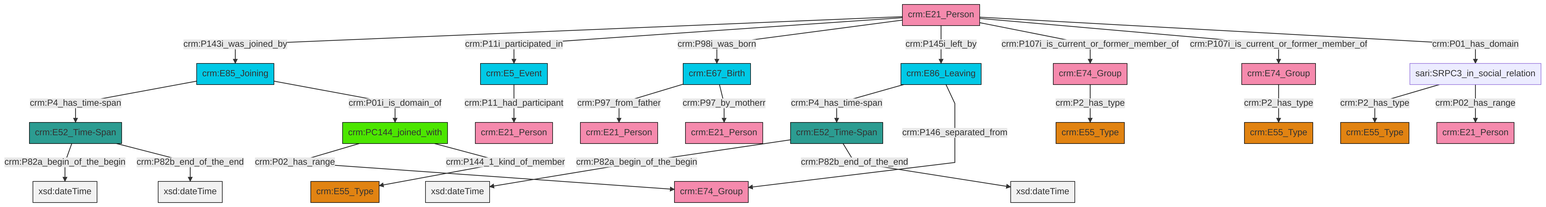
Before: et/personCSV/ttl/mmd/png/Person_Actor_Relations.png, a diagram exported from Mermaid (swiss-art-research-net/reference-data-models). Its source is kept beside it as et/personCSV/ttl/mmd/Person_Actor_Relations.ttl.mmd.
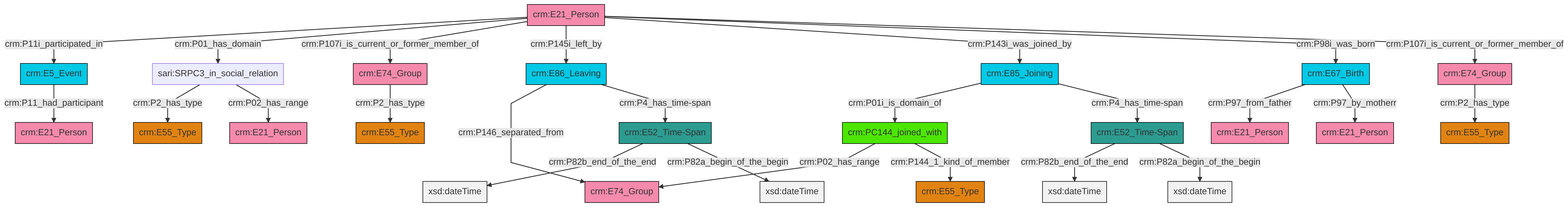
Later version of the same file.

The edit, as a diff of the source:
```diff
@@ -13,27 +13,27 @@
 classDef PC_Classes fill:#4ce600, stroke:#000000;
 classDef Multi fill:#cccccc,stroke:#000000;
 
-0["crm:E85_Joining"]:::Temporal_Entity -->|crm:P4_has_time-span| 4["crm:E52_Time-Span"]:::Time-Span
-5["crm:E52_Time-Span"]:::Time-Span -->|crm:P82a_begin_of_the_begin| 6[xsd:dateTime]:::Literal
-9["crm:E21_Person"]:::Actor -->|crm:P143i_was_joined_by| 0["crm:E85_Joining"]:::Temporal_Entity
-5["crm:E52_Time-Span"]:::Time-Span -->|crm:P82b_end_of_the_end| 10[xsd:dateTime]:::Literal
-9["crm:E21_Person"]:::Actor -->|crm:P11i_participated_in| 11["crm:E5_Event"]:::Temporal_Entity
-17["crm:E74_Group"]:::Actor -->|crm:P2_has_type| 18["crm:E55_Type"]:::Type
-13["sari:SRPC3_in_social_relation"]:::Default -->|crm:P2_has_type| 7["crm:E55_Type"]:::Type
-9["crm:E21_Person"]:::Actor -->|crm:P98i_was_born| 19["crm:E67_Birth"]:::Temporal_Entity
-13["sari:SRPC3_in_social_relation"]:::Default -->|crm:P02_has_range| 20["crm:E21_Person"]:::Actor
-9["crm:E21_Person"]:::Actor -->|crm:P145i_left_by| 22["crm:E86_Leaving"]:::Temporal_Entity
-19["crm:E67_Birth"]:::Temporal_Entity -->|crm:P97_from_father| 23["crm:E21_Person"]:::Actor
-11["crm:E5_Event"]:::Temporal_Entity -->|crm:P11_had_participant| 15["crm:E21_Person"]:::Actor
-29["crm:E74_Group"]:::Actor -->|crm:P2_has_type| 32["crm:E55_Type"]:::Type
-9["crm:E21_Person"]:::Actor -->|crm:P107i_is_current_or_former_member_of| 29["crm:E74_Group"]:::Actor
-0["crm:E85_Joining"]:::Temporal_Entity -->|crm:P01i_is_domain_of| 33["crm:PC144_joined_with"]:::PC_Classes
-19["crm:E67_Birth"]:::Temporal_Entity -->|crm:P97_by_motherr| 2["crm:E21_Person"]:::Actor
-22["crm:E86_Leaving"]:::Temporal_Entity -->|crm:P4_has_time-span| 5["crm:E52_Time-Span"]:::Time-Span
-33["crm:PC144_joined_with"]:::PC_Classes -->|crm:P02_has_range| 27["crm:E74_Group"]:::Actor
-4["crm:E52_Time-Span"]:::Time-Span -->|crm:P82a_begin_of_the_begin| 36[xsd:dateTime]:::Literal
-33["crm:PC144_joined_with"]:::PC_Classes -->|crm:P144_1_kind_of_member| 37["crm:E55_Type"]:::Type
-4["crm:E52_Time-Span"]:::Time-Span -->|crm:P82b_end_of_the_end| 39[xsd:dateTime]:::Literal
-22["crm:E86_Leaving"]:::Temporal_Entity -->|crm:P146_separated_from| 27["crm:E74_Group"]:::Actor
-9["crm:E21_Person"]:::Actor -->|crm:P107i_is_current_or_former_member_of| 17["crm:E74_Group"]:::Actor
-9["crm:E21_Person"]:::Actor -->|crm:P01_has_domain| 13["sari:SRPC3_in_social_relation"]:::Default
+0["crm:E74_Group"]:::Actor -->|crm:P2_has_type| 1["crm:E55_Type"]:::Type
+9["crm:E21_Person"]:::Actor -->|crm:P11i_participated_in| 10["crm:E5_Event"]:::Temporal_Entity
+11["crm:E85_Joining"]:::Temporal_Entity -->|crm:P01i_is_domain_of| 12["crm:PC144_joined_with"]:::PC_Classes
+12["crm:PC144_joined_with"]:::PC_Classes -->|crm:P02_has_range| 16["crm:E74_Group"]:::Actor
+19["sari:SRPC3_in_social_relation"]:::Default -->|crm:P2_has_type| 20["crm:E55_Type"]:::Type
+12["crm:PC144_joined_with"]:::PC_Classes -->|crm:P144_1_kind_of_member| 7["crm:E55_Type"]:::Type
+21["crm:E52_Time-Span"]:::Time-Span -->|crm:P82b_end_of_the_end| 22[xsd:dateTime]:::Literal
+9["crm:E21_Person"]:::Actor -->|crm:P01_has_domain| 19["sari:SRPC3_in_social_relation"]:::Default
+29["crm:E67_Birth"]:::Temporal_Entity -->|crm:P97_from_father| 2["crm:E21_Person"]:::Actor
+9["crm:E21_Person"]:::Actor -->|crm:P107i_is_current_or_former_member_of| 0["crm:E74_Group"]:::Actor
+23["crm:E52_Time-Span"]:::Time-Span -->|crm:P82b_end_of_the_end| 33[xsd:dateTime]:::Literal
+34["crm:E74_Group"]:::Actor -->|crm:P2_has_type| 5["crm:E55_Type"]:::Type
+21["crm:E52_Time-Span"]:::Time-Span -->|crm:P82a_begin_of_the_begin| 35[xsd:dateTime]:::Literal
+9["crm:E21_Person"]:::Actor -->|crm:P145i_left_by| 17["crm:E86_Leaving"]:::Temporal_Entity
+9["crm:E21_Person"]:::Actor -->|crm:P143i_was_joined_by| 11["crm:E85_Joining"]:::Temporal_Entity
+29["crm:E67_Birth"]:::Temporal_Entity -->|crm:P97_by_motherr| 36["crm:E21_Person"]:::Actor
+10["crm:E5_Event"]:::Temporal_Entity -->|crm:P11_had_participant| 37["crm:E21_Person"]:::Actor
+9["crm:E21_Person"]:::Actor -->|crm:P98i_was_born| 29["crm:E67_Birth"]:::Temporal_Entity
+11["crm:E85_Joining"]:::Temporal_Entity -->|crm:P4_has_time-span| 23["crm:E52_Time-Span"]:::Time-Span
+19["sari:SRPC3_in_social_relation"]:::Default -->|crm:P02_has_range| 14["crm:E21_Person"]:::Actor
+17["crm:E86_Leaving"]:::Temporal_Entity -->|crm:P146_separated_from| 16["crm:E74_Group"]:::Actor
+17["crm:E86_Leaving"]:::Temporal_Entity -->|crm:P4_has_time-span| 21["crm:E52_Time-Span"]:::Time-Span
+23["crm:E52_Time-Span"]:::Time-Span -->|crm:P82a_begin_of_the_begin| 46[xsd:dateTime]:::Literal
+9["crm:E21_Person"]:::Actor -->|crm:P107i_is_current_or_former_member_of| 34["crm:E74_Group"]:::Actor
```
